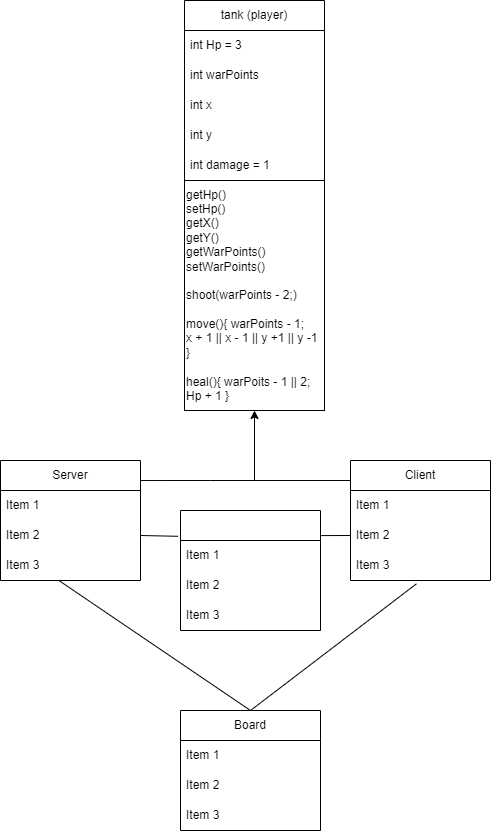
Above: document/Untitled Diagram.drawio.png in Timpan42/slutprojekt_programering_2023 (draw.io), before the change. Source tidied: cells renumbered, new cells last; positions are measured from the earlier drawing's top-left corner, leaving out a move shared by most shapes.
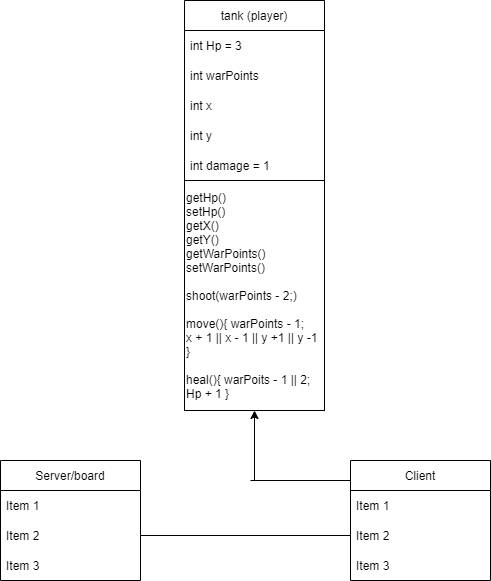
The same file after the commit.

Commit message:
uppdaterar Readme, nätverkskoppligen

Change to the diagram source:
```diff
@@ -23,7 +23,7 @@
     <mxCell id="8" value="getHp()&lt;br&gt;setHp()&lt;br&gt;getX()&lt;br&gt;getY()&lt;br&gt;getWarPoints()&lt;br&gt;setWarPoints()&lt;br&gt;&lt;br&gt;shoot(warPoints - 2;)&lt;br&gt;&lt;br&gt;move(){ warPoints - 1;&amp;nbsp;&lt;br&gt;x + 1 || x - 1 || y +1 || y -1&lt;br&gt;}&lt;br&gt;&lt;br&gt;heal(){ warPoits - 1 || 2;&lt;br&gt;Hp + 1 }" style="rounded=0;whiteSpace=wrap;html=1;align=left;" parent="2" vertex="1">
       <mxGeometry y="180" width="140" height="230" as="geometry" />
     </mxCell>
-    <mxCell id="9" value="Server" style="swimlane;fontStyle=0;horizontal=1;startSize=30;whiteSpace=wrap;html=1;" parent="1" vertex="1">
+    <mxCell id="9" value="Server/board" style="swimlane;fontStyle=0;horizontal=1;startSize=30;whiteSpace=wrap;html=1;" parent="1" vertex="1">
       <mxGeometry y="460" width="140" height="120" as="geometry" />
     </mxCell>
     <mxCell id="10" value="Item 1" style="text;strokeColor=none;fillColor=none;align=left;verticalAlign=middle;spacingLeft=4;spacingRight=4;overflow=hidden;whiteSpace=wrap;html=1;" parent="9" vertex="1">
@@ -52,55 +52,14 @@
         <mxPoint x="254" y="480" as="sourcePoint" />
       </mxGeometry>
     </mxCell>
-    <mxCell id="18" style="endArrow=none;html=1;rounded=0;exitX=1.003;exitY=0.167;exitDx=0;exitDy=0;exitPerimeter=0;" parent="1" edge="1" source="9">
-      <mxGeometry relative="1" as="geometry">
-        <mxPoint x="254" y="480" as="targetPoint" />
-        <Array as="points">
-          <mxPoint x="210" y="480" />
-        </Array>
-      </mxGeometry>
-    </mxCell>
-    <mxCell id="19" style="endArrow=none;html=1;rounded=0;exitX=1;exitY=0.25;exitDx=0;exitDy=0;" parent="1" edge="1">
+    <mxCell id="19" style="endArrow=none;html=1;rounded=0;" parent="1" edge="1">
       <mxGeometry relative="1" as="geometry">
-        <mxPoint x="236" y="480" as="sourcePoint" />
+        <mxPoint x="250" y="480" as="sourcePoint" />
         <mxPoint x="350" y="480" as="targetPoint" />
       </mxGeometry>
     </mxCell>
-    <mxCell id="20" value="&lt;div&gt;Board&lt;/div&gt;" style="swimlane;fontStyle=0;horizontal=1;startSize=30;whiteSpace=wrap;html=1;" parent="1" vertex="1">
-      <mxGeometry x="180" y="710" width="140" height="120" as="geometry" />
-    </mxCell>
-    <mxCell id="21" value="Item 1" style="text;strokeColor=none;fillColor=none;align=left;verticalAlign=middle;spacingLeft=4;spacingRight=4;overflow=hidden;whiteSpace=wrap;html=1;" parent="20" vertex="1">
-      <mxGeometry y="30" width="140" height="30" as="geometry" />
-    </mxCell>
-    <mxCell id="22" value="Item 2" style="text;strokeColor=none;fillColor=none;align=left;verticalAlign=middle;spacingLeft=4;spacingRight=4;overflow=hidden;whiteSpace=wrap;html=1;" parent="20" vertex="1">
-      <mxGeometry y="60" width="140" height="30" as="geometry" />
-    </mxCell>
-    <mxCell id="23" value="Item 3" style="text;strokeColor=none;fillColor=none;align=left;verticalAlign=middle;spacingLeft=4;spacingRight=4;overflow=hidden;whiteSpace=wrap;html=1;" parent="20" vertex="1">
-      <mxGeometry y="90" width="140" height="30" as="geometry" />
-    </mxCell>
-    <mxCell id="24" style="swimlane;fontStyle=0;horizontal=1;startSize=30;whiteSpace=wrap;html=1;" parent="1" vertex="1">
-      <mxGeometry x="180" y="510" width="140" height="120" as="geometry" />
-    </mxCell>
-    <mxCell id="25" value="Item 1" style="text;strokeColor=none;fillColor=none;align=left;verticalAlign=middle;spacingLeft=4;spacingRight=4;overflow=hidden;whiteSpace=wrap;html=1;" parent="24" vertex="1">
-      <mxGeometry y="30" width="140" height="30" as="geometry" />
-    </mxCell>
-    <mxCell id="26" value="Item 2" style="text;strokeColor=none;fillColor=none;align=left;verticalAlign=middle;spacingLeft=4;spacingRight=4;overflow=hidden;whiteSpace=wrap;html=1;" parent="24" vertex="1">
-      <mxGeometry y="60" width="140" height="30" as="geometry" />
-    </mxCell>
-    <mxCell id="27" value="Item 3" style="text;strokeColor=none;fillColor=none;align=left;verticalAlign=middle;spacingLeft=4;spacingRight=4;overflow=hidden;whiteSpace=wrap;html=1;" parent="24" vertex="1">
-      <mxGeometry y="90" width="140" height="30" as="geometry" />
-    </mxCell>
-    <mxCell id="28" style="endArrow=none;html=1;rounded=0;entryX=0.424;entryY=1.022;entryDx=0;entryDy=0;entryPerimeter=0;exitX=0.5;exitY=0;exitDx=0;exitDy=0;" parent="1" edge="1" source="20" target="12">
-      <mxGeometry relative="1" as="geometry" />
-    </mxCell>
-    <mxCell id="29" style="endArrow=none;html=1;rounded=0;entryX=0.471;entryY=1.111;entryDx=0;entryDy=0;entryPerimeter=0;exitX=0.5;exitY=0;exitDx=0;exitDy=0;" parent="1" edge="1" source="20" target="16">
-      <mxGeometry relative="1" as="geometry" />
-    </mxCell>
-    <mxCell id="30" style="endArrow=none;html=1;rounded=0;entryX=0;entryY=0.5;entryDx=0;entryDy=0;exitX=1.005;exitY=0.209;exitDx=0;exitDy=0;exitPerimeter=0;" parent="1" edge="1" source="24" target="15">
-      <mxGeometry relative="1" as="geometry" />
-    </mxCell>
-    <mxCell id="31" style="endArrow=none;html=1;rounded=0;exitX=1;exitY=0.5;exitDx=0;exitDy=0;entryX=-0.017;entryY=0.215;entryDx=0;entryDy=0;entryPerimeter=0;" parent="1" edge="1" source="11" target="24">
-      <mxGeometry relative="1" as="geometry" />
-    </mxCell>
+    <mxCell id="32" style="endArrow=none;html=1;rounded=0;entryX=0;entryY=0.5;entryDx=0;entryDy=0;exitX=1;exitY=0.5;exitDx=0;exitDy=0;" parent="1" edge="1" source="11" target="15">
+      <mxGeometry relative="1" as="geometry" />
+    </mxCell>
   </root>
 </mxGraphModel>
```
